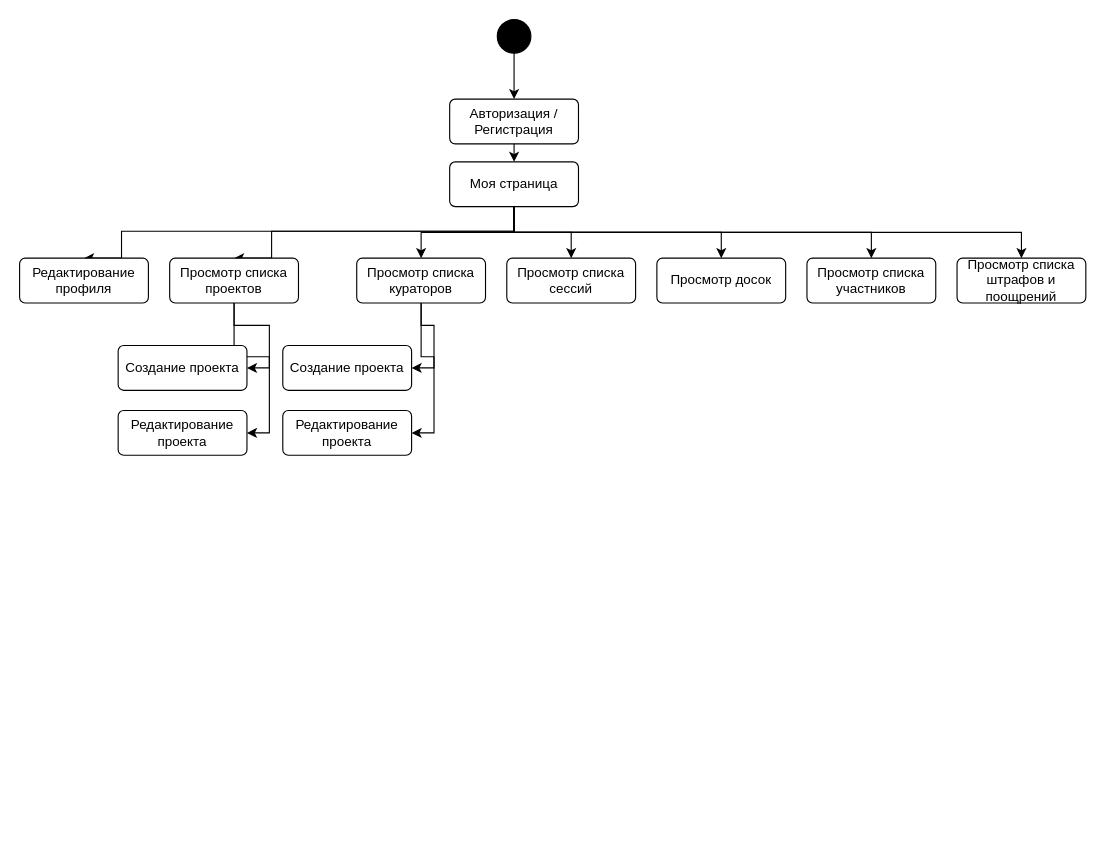
AvipoStar/EOIS-FRONT keeps this draw.io diagram as Диаграмма активности.drawio. Above is the earlier version. Source tidied: cells renumbered, new cells numbered last; positions are measured from the earlier drawing's top-left corner, leaving out a move shared by most shapes. Both pictures are drawn from the tidied source at 112%, with x=0, y=0 at pixel (19, 19).
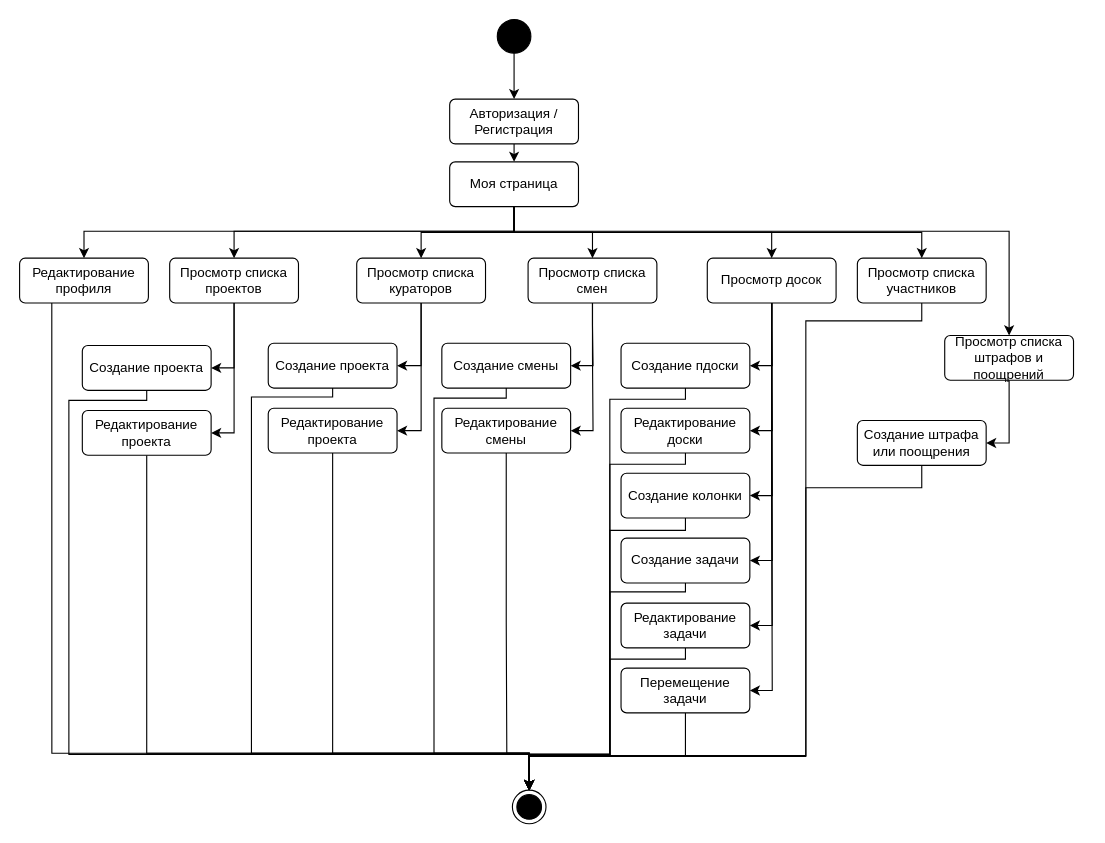
The same diagram, later.

Unchanged cells that the change refers to:
```xml
<mxCell id="13" value="Моя страница" style="html=1;align=center;verticalAlign=middle;rounded=1;absoluteArcSize=1;arcSize=10;dashed=0;whiteSpace=wrap;" parent="1" vertex="1">
  <mxGeometry x="384" y="127" width="115" height="40" as="geometry" />
</mxCell>
```

What changed in the source:
```diff
@@
     <mxCell id="6" style="edgeStyle=orthogonalEdgeStyle;rounded=0;jettySize=auto;html=1;exitX=0.5;exitY=1;exitDx=0;exitDy=0;entryX=0.5;entryY=0;entryDx=0;entryDy=0;" parent="1" edge="1" source="13" target="14">
       <mxGeometry relative="1" as="geometry">
         <Array as="points">
-          <mxPoint x="441" y="189" />
-          <mxPoint x="91" y="189" />
-          <mxPoint x="91" y="213" />
+          <mxPoint x="442" y="189" />
+          <mxPoint x="57" y="189" />
+          <mxPoint x="57" y="213" />
         </Array>
       </mxGeometry>
     </mxCell>
     <mxCell id="7" style="edgeStyle=orthogonalEdgeStyle;rounded=0;jettySize=auto;html=1;exitX=0.5;exitY=1;exitDx=0;exitDy=0;entryX=0.5;entryY=0;entryDx=0;entryDy=0;" parent="1" edge="1" source="13" target="17">
       <mxGeometry relative="1" as="geometry">
         <Array as="points">
-          <mxPoint x="441" y="189" />
-          <mxPoint x="225" y="189" />
-          <mxPoint x="225" y="213" />
+          <mxPoint x="442" y="189" />
+          <mxPoint x="192" y="189" />
+          <mxPoint x="192" y="213" />
         </Array>
       </mxGeometry>
     </mxCell>
@@
     <mxCell id="12" style="edgeStyle=orthogonalEdgeStyle;rounded=0;jettySize=auto;html=1;exitX=0.5;exitY=1;exitDx=0;exitDy=0;entryX=0.5;entryY=0;entryDx=0;entryDy=0;" parent="1" edge="1" source="13" target="24">
-      <mxGeometry relative="1" as="geometry" />
+      <mxGeometry relative="1" as="geometry">
+        <Array as="points">
+          <mxPoint x="442" y="189" />
+          <mxPoint x="884" y="189" />
+        </Array>
+      </mxGeometry>
     </mxCell>
@@
+    <mxCell id="29" style="edgeStyle=orthogonalEdgeStyle;rounded=0;jettySize=auto;html=1;exitX=0.25;exitY=1;exitDx=0;exitDy=0;entryX=0.5;entryY=0;entryDx=0;entryDy=0;" parent="1" edge="1" source="14" target="58">
+      <mxGeometry relative="1" as="geometry">
+        <Array as="points">
+          <mxPoint x="29" y="655" />
+          <mxPoint x="455" y="655" />
+        </Array>
+      </mxGeometry>
+    </mxCell>
-    <mxCell id="14" value="Редактирование профиля" style="html=1;align=center;verticalAlign=middle;rounded=1;absoluteArcSize=1;arcSize=10;dashed=0;whiteSpace=wrap;" parent="1" vertex="1">
+    <mxCell id="14" value="Редактирование профиля" style="html=1;align=center;verticalAlign=middle;rounded=1;absoluteArcSize=1;arcSize=10;dashed=0;whiteSpace=wrap;flipV=1;flipH=0;direction=east;" parent="1" vertex="1">
       <mxGeometry y="213" width="115" height="40" as="geometry" />
     </mxCell>
@@
-    <mxCell id="17" value="Просмотр списка проектов" style="html=1;align=center;verticalAlign=middle;rounded=1;absoluteArcSize=1;arcSize=10;dashed=0;whiteSpace=wrap;" parent="1" vertex="1">
+    <mxCell id="17" value="Просмотр списка проектов" style="html=1;align=center;verticalAlign=middle;rounded=1;absoluteArcSize=1;arcSize=10;dashed=0;whiteSpace=wrap;flipV=1;flipH=0;direction=east;" parent="1" vertex="1">
       <mxGeometry x="134" y="213" width="115" height="40" as="geometry" />
     </mxCell>
@@
-    <mxCell id="20" value="Просмотр списка кураторов" style="html=1;align=center;verticalAlign=middle;rounded=1;absoluteArcSize=1;arcSize=10;dashed=0;whiteSpace=wrap;" parent="1" vertex="1">
+    <mxCell id="20" value="Просмотр списка кураторов" style="html=1;align=center;verticalAlign=middle;rounded=1;absoluteArcSize=1;arcSize=10;dashed=0;whiteSpace=wrap;flipV=1;flipH=0;direction=east;" parent="1" vertex="1">
       <mxGeometry x="301" y="213" width="115" height="40" as="geometry" />
     </mxCell>
+    <mxCell id="30" style="edgeStyle=orthogonalEdgeStyle;rounded=0;jettySize=auto;html=1;exitX=0.5;exitY=1;exitDx=0;exitDy=0;entryX=1;entryY=0.5;entryDx=0;entryDy=0;" parent="1" edge="1" source="21" target="60">
+      <mxGeometry relative="1" as="geometry" />
+    </mxCell>
+    <mxCell id="31" style="edgeStyle=orthogonalEdgeStyle;rounded=0;jettySize=auto;html=1;exitX=0.5;exitY=1;exitDx=0;exitDy=0;entryX=1;entryY=0.5;entryDx=0;entryDy=0;" parent="1" edge="1" source="21" target="62">
+      <mxGeometry relative="1" as="geometry" />
+    </mxCell>
-    <mxCell id="21" value="Просмотр списка сессий" style="html=1;align=center;verticalAlign=middle;rounded=1;absoluteArcSize=1;arcSize=10;dashed=0;whiteSpace=wrap;" parent="1" vertex="1">
-      <mxGeometry x="435" y="213" width="115" height="40" as="geometry" />
+    <mxCell id="21" value="Просмотр списка смен" style="html=1;align=center;verticalAlign=middle;rounded=1;absoluteArcSize=1;arcSize=10;dashed=0;whiteSpace=wrap;flipV=1;flipH=0;direction=east;" parent="1" vertex="1">
+      <mxGeometry x="454" y="213" width="115" height="40" as="geometry" />
     </mxCell>
+    <mxCell id="32" style="edgeStyle=orthogonalEdgeStyle;rounded=0;jettySize=auto;html=1;exitX=0.5;exitY=1;exitDx=0;exitDy=0;entryX=1;entryY=0.5;entryDx=0;entryDy=0;" parent="1" edge="1" source="22" target="45">
+      <mxGeometry relative="1" as="geometry" />
+    </mxCell>
+    <mxCell id="33" style="edgeStyle=orthogonalEdgeStyle;rounded=0;jettySize=auto;html=1;exitX=0.5;exitY=1;exitDx=0;exitDy=0;entryX=1;entryY=0.5;entryDx=0;entryDy=0;" parent="1" edge="1" source="22" target="47">
+      <mxGeometry relative="1" as="geometry" />
+    </mxCell>
+    <mxCell id="34" style="edgeStyle=orthogonalEdgeStyle;rounded=0;jettySize=auto;html=1;exitX=0.5;exitY=1;exitDx=0;exitDy=0;entryX=1;entryY=0.5;entryDx=0;entryDy=0;" parent="1" edge="1" source="22" target="49">
+      <mxGeometry relative="1" as="geometry" />
+    </mxCell>
+    <mxCell id="35" style="edgeStyle=orthogonalEdgeStyle;rounded=0;jettySize=auto;html=1;exitX=0.5;exitY=1;exitDx=0;exitDy=0;entryX=1;entryY=0.5;entryDx=0;entryDy=0;" parent="1" edge="1" source="22" target="51">
+      <mxGeometry relative="1" as="geometry" />
+    </mxCell>
+    <mxCell id="36" style="edgeStyle=orthogonalEdgeStyle;rounded=0;jettySize=auto;html=1;exitX=0.5;exitY=1;exitDx=0;exitDy=0;entryX=1;entryY=0.5;entryDx=0;entryDy=0;" parent="1" edge="1" source="22" target="53">
+      <mxGeometry relative="1" as="geometry" />
+    </mxCell>
+    <mxCell id="37" style="edgeStyle=orthogonalEdgeStyle;rounded=0;jettySize=auto;html=1;exitX=0.5;exitY=1;exitDx=0;exitDy=0;entryX=1;entryY=0.5;entryDx=0;entryDy=0;" parent="1" edge="1" source="22" target="55">
+      <mxGeometry relative="1" as="geometry" />
+    </mxCell>
-    <mxCell id="22" value="Просмотр досок" style="html=1;align=center;verticalAlign=middle;rounded=1;absoluteArcSize=1;arcSize=10;dashed=0;whiteSpace=wrap;" parent="1" vertex="1">
-      <mxGeometry x="569" y="213" width="115" height="40" as="geometry" />
+    <mxCell id="22" value="Просмотр досок" style="html=1;align=center;verticalAlign=middle;rounded=1;absoluteArcSize=1;arcSize=10;dashed=0;whiteSpace=wrap;flipV=1;flipH=0;direction=east;" parent="1" vertex="1">
+      <mxGeometry x="614" y="213" width="115" height="40" as="geometry" />
     </mxCell>
+    <mxCell id="38" style="edgeStyle=orthogonalEdgeStyle;rounded=0;jettySize=auto;html=1;exitX=0.5;exitY=1;exitDx=0;exitDy=0;entryX=0.5;entryY=0;entryDx=0;entryDy=0;" parent="1" edge="1" source="23" target="58">
+      <mxGeometry relative="1" as="geometry">
+        <Array as="points">
+          <mxPoint x="806" y="269" />
+          <mxPoint x="702" y="269" />
+          <mxPoint x="702" y="657" />
+          <mxPoint x="455" y="657" />
+        </Array>
+      </mxGeometry>
+    </mxCell>
-    <mxCell id="23" value="Просмотр списка участников" style="html=1;align=center;verticalAlign=middle;rounded=1;absoluteArcSize=1;arcSize=10;dashed=0;whiteSpace=wrap;" parent="1" vertex="1">
-      <mxGeometry x="703" y="213" width="115" height="40" as="geometry" />
+    <mxCell id="23" value="Просмотр списка участников" style="html=1;align=center;verticalAlign=middle;rounded=1;absoluteArcSize=1;arcSize=10;dashed=0;whiteSpace=wrap;flipV=1;flipH=0;direction=east;" parent="1" vertex="1">
+      <mxGeometry x="748" y="213" width="115" height="40" as="geometry" />
     </mxCell>
+    <mxCell id="39" style="edgeStyle=orthogonalEdgeStyle;rounded=0;jettySize=auto;html=1;entryX=1;entryY=0.5;entryDx=0;entryDy=0;" parent="1" edge="1" source="24" target="57">
+      <mxGeometry relative="1" as="geometry" />
+    </mxCell>
-    <mxCell id="24" value="Просмотр списка штрафов и поощрений" style="html=1;align=center;verticalAlign=middle;rounded=1;absoluteArcSize=1;arcSize=10;dashed=0;whiteSpace=wrap;" parent="1" vertex="1">
-      <mxGeometry x="837" y="213" width="115" height="40" as="geometry" />
+    <mxCell id="24" value="Просмотр списка штрафов и поощрений" style="html=1;align=center;verticalAlign=middle;rounded=1;absoluteArcSize=1;arcSize=10;dashed=0;whiteSpace=wrap;flipV=1;flipH=0;direction=east;" parent="1" vertex="1">
+      <mxGeometry x="826" y="282" width="115" height="40" as="geometry" />
     </mxCell>
+    <mxCell id="40" style="edgeStyle=orthogonalEdgeStyle;rounded=0;jettySize=auto;html=1;entryX=0.5;entryY=0;entryDx=0;entryDy=0;exitX=0.5;exitY=1;exitDx=0;exitDy=0;" parent="1" edge="1" source="25" target="58">
+      <mxGeometry relative="1" as="geometry">
+        <Array as="points">
+          <mxPoint x="114" y="340" />
+          <mxPoint x="44" y="340" />
+          <mxPoint x="44" y="656" />
+          <mxPoint x="455" y="656" />
+        </Array>
+      </mxGeometry>
+    </mxCell>
     <mxCell id="25" value="Создание проекта" style="html=1;align=center;verticalAlign=middle;rounded=1;absoluteArcSize=1;arcSize=10;dashed=0;whiteSpace=wrap;" parent="1" vertex="1">
-      <mxGeometry x="88" y="291" width="115" height="40" as="geometry" />
+      <mxGeometry x="56" y="291" width="115" height="40" as="geometry" />
     </mxCell>
+    <mxCell id="41" style="edgeStyle=orthogonalEdgeStyle;rounded=0;jettySize=auto;html=1;exitX=0.5;exitY=1;exitDx=0;exitDy=0;entryX=0.5;entryY=0;entryDx=0;entryDy=0;" parent="1" edge="1" source="26" target="58">
+      <mxGeometry relative="1" as="geometry">
+        <Array as="points">
+          <mxPoint x="113" y="655" />
+          <mxPoint x="455" y="655" />
+        </Array>
+      </mxGeometry>
+    </mxCell>
     <mxCell id="26" value="Редактирование проекта" style="html=1;align=center;verticalAlign=middle;rounded=1;absoluteArcSize=1;arcSize=10;dashed=0;whiteSpace=wrap;" parent="1" vertex="1">
-      <mxGeometry x="88" y="349" width="115" height="40" as="geometry" />
+      <mxGeometry x="56" y="349" width="115" height="40" as="geometry" />
     </mxCell>
+    <mxCell id="42" style="edgeStyle=orthogonalEdgeStyle;rounded=0;jettySize=auto;html=1;exitX=0.5;exitY=1;exitDx=0;exitDy=0;entryX=0.5;entryY=0;entryDx=0;entryDy=0;" parent="1" edge="1" source="27" target="58">
+      <mxGeometry relative="1" as="geometry">
+        <Array as="points">
+          <mxPoint x="280" y="337" />
+          <mxPoint x="207" y="337" />
+          <mxPoint x="207" y="655" />
+          <mxPoint x="455" y="655" />
+        </Array>
+      </mxGeometry>
+    </mxCell>
     <mxCell id="27" value="Создание проекта" style="html=1;align=center;verticalAlign=middle;rounded=1;absoluteArcSize=1;arcSize=10;dashed=0;whiteSpace=wrap;" parent="1" vertex="1">
-      <mxGeometry x="235" y="291" width="115" height="40" as="geometry" />
+      <mxGeometry x="222" y="289" width="115" height="40" as="geometry" />
     </mxCell>
+    <mxCell id="43" style="edgeStyle=orthogonalEdgeStyle;rounded=0;jettySize=auto;html=1;exitX=0.5;exitY=1;exitDx=0;exitDy=0;entryX=0.5;entryY=0;entryDx=0;entryDy=0;" parent="1" edge="1" source="28" target="58">
+      <mxGeometry relative="1" as="geometry">
+        <Array as="points">
+          <mxPoint x="279" y="655" />
+          <mxPoint x="455" y="655" />
+        </Array>
+      </mxGeometry>
+    </mxCell>
     <mxCell id="28" value="Редактирование проекта" style="html=1;align=center;verticalAlign=middle;rounded=1;absoluteArcSize=1;arcSize=10;dashed=0;whiteSpace=wrap;" parent="1" vertex="1">
-      <mxGeometry x="235" y="349" width="115" height="40" as="geometry" />
+      <mxGeometry x="222" y="347" width="115" height="40" as="geometry" />
     </mxCell>
+    <mxCell id="44" style="edgeStyle=orthogonalEdgeStyle;rounded=0;jettySize=auto;html=1;exitX=0.5;exitY=1;exitDx=0;exitDy=0;entryX=0.5;entryY=0;entryDx=0;entryDy=0;" parent="1" edge="1" source="45" target="58">
+      <mxGeometry relative="1" as="geometry">
+        <Array as="points">
+          <mxPoint x="595" y="339" />
+          <mxPoint x="527" y="339" />
+          <mxPoint x="527" y="657" />
+          <mxPoint x="455" y="657" />
+        </Array>
+      </mxGeometry>
+    </mxCell>
+    <mxCell id="45" value="Создание пдоски" style="html=1;align=center;verticalAlign=middle;rounded=1;absoluteArcSize=1;arcSize=10;dashed=0;whiteSpace=wrap;" parent="1" vertex="1">
+      <mxGeometry x="537" y="289" width="115" height="40" as="geometry" />
+    </mxCell>
+    <mxCell id="46" style="edgeStyle=orthogonalEdgeStyle;rounded=0;jettySize=auto;html=1;exitX=0.5;exitY=1;exitDx=0;exitDy=0;entryX=0.5;entryY=0;entryDx=0;entryDy=0;" parent="1" edge="1" source="47" target="58">
+      <mxGeometry relative="1" as="geometry">
+        <Array as="points">
+          <mxPoint x="595" y="397" />
+          <mxPoint x="527" y="397" />
+          <mxPoint x="527" y="656" />
+          <mxPoint x="455" y="656" />
+        </Array>
+      </mxGeometry>
+    </mxCell>
+    <mxCell id="47" value="Редактирование доски" style="html=1;align=center;verticalAlign=middle;rounded=1;absoluteArcSize=1;arcSize=10;dashed=0;whiteSpace=wrap;" parent="1" vertex="1">
+      <mxGeometry x="537" y="347" width="115" height="40" as="geometry" />
+    </mxCell>
+    <mxCell id="48" style="edgeStyle=orthogonalEdgeStyle;rounded=0;jettySize=auto;html=1;exitX=0.5;exitY=1;exitDx=0;exitDy=0;" parent="1" edge="1" source="49" target="58">
+      <mxGeometry relative="1" as="geometry">
+        <Array as="points">
+          <mxPoint x="595" y="456" />
+          <mxPoint x="527" y="456" />
+          <mxPoint x="527" y="657" />
+          <mxPoint x="455" y="657" />
+        </Array>
+      </mxGeometry>
+    </mxCell>
+    <mxCell id="49" value="Создание колонки" style="html=1;align=center;verticalAlign=middle;rounded=1;absoluteArcSize=1;arcSize=10;dashed=0;whiteSpace=wrap;" parent="1" vertex="1">
+      <mxGeometry x="537" y="405" width="115" height="40" as="geometry" />
+    </mxCell>
+    <mxCell id="50" style="edgeStyle=orthogonalEdgeStyle;rounded=0;jettySize=auto;html=1;exitX=0.5;exitY=1;exitDx=0;exitDy=0;" parent="1" edge="1" source="51" target="58">
+      <mxGeometry relative="1" as="geometry">
+        <Array as="points">
+          <mxPoint x="595" y="511" />
+          <mxPoint x="527" y="511" />
+          <mxPoint x="527" y="656" />
+          <mxPoint x="455" y="656" />
+        </Array>
+      </mxGeometry>
+    </mxCell>
+    <mxCell id="51" value="Создание задачи" style="html=1;align=center;verticalAlign=middle;rounded=1;absoluteArcSize=1;arcSize=10;dashed=0;whiteSpace=wrap;" parent="1" vertex="1">
+      <mxGeometry x="537" y="463" width="115" height="40" as="geometry" />
+    </mxCell>
+    <mxCell id="52" style="edgeStyle=orthogonalEdgeStyle;rounded=0;jettySize=auto;html=1;exitX=0.5;exitY=1;exitDx=0;exitDy=0;" parent="1" edge="1" source="53" target="58">
+      <mxGeometry relative="1" as="geometry">
+        <Array as="points">
+          <mxPoint x="595" y="571" />
+          <mxPoint x="527" y="571" />
+          <mxPoint x="527" y="656" />
+          <mxPoint x="455" y="656" />
+        </Array>
+      </mxGeometry>
+    </mxCell>
+    <mxCell id="53" value="Редактирование задачи" style="html=1;align=center;verticalAlign=middle;rounded=1;absoluteArcSize=1;arcSize=10;dashed=0;whiteSpace=wrap;" parent="1" vertex="1">
+      <mxGeometry x="537" y="521" width="115" height="40" as="geometry" />
+    </mxCell>
+    <mxCell id="54" style="edgeStyle=orthogonalEdgeStyle;rounded=0;jettySize=auto;html=1;exitX=0.5;exitY=1;exitDx=0;exitDy=0;" parent="1" edge="1" source="55" target="58">
+      <mxGeometry relative="1" as="geometry">
+        <Array as="points">
+          <mxPoint x="595" y="657" />
+          <mxPoint x="455" y="657" />
+        </Array>
+      </mxGeometry>
+    </mxCell>
+    <mxCell id="55" value="Перемещение задачи" style="html=1;align=center;verticalAlign=middle;rounded=1;absoluteArcSize=1;arcSize=10;dashed=0;whiteSpace=wrap;" parent="1" vertex="1">
+      <mxGeometry x="537" y="579" width="115" height="40" as="geometry" />
+    </mxCell>
+    <mxCell id="56" style="edgeStyle=orthogonalEdgeStyle;rounded=0;jettySize=auto;html=1;entryX=0.5;entryY=0;entryDx=0;entryDy=0;exitX=0.5;exitY=1;exitDx=0;exitDy=0;" parent="1" edge="1" source="57" target="58">
+      <mxGeometry relative="1" as="geometry">
+        <Array as="points">
+          <mxPoint x="805" y="418" />
+          <mxPoint x="702" y="418" />
+          <mxPoint x="702" y="658" />
+          <mxPoint x="455" y="658" />
+        </Array>
+      </mxGeometry>
+    </mxCell>
+    <mxCell id="57" value="Создание штрафа или поощрения" style="html=1;align=center;verticalAlign=middle;rounded=1;absoluteArcSize=1;arcSize=10;dashed=0;whiteSpace=wrap;" parent="1" vertex="1">
+      <mxGeometry x="748" y="358" width="115" height="40" as="geometry" />
+    </mxCell>
+    <mxCell id="58" style="ellipse;html=1;shape=endState;fillColor=strokeColor;" parent="1" vertex="1">
+      <mxGeometry x="440" y="688" width="30" height="30" as="geometry" />
+    </mxCell>
+    <mxCell id="59" style="edgeStyle=orthogonalEdgeStyle;rounded=0;jettySize=auto;html=1;exitX=0.5;exitY=1;exitDx=0;exitDy=0;entryX=0.5;entryY=0;entryDx=0;entryDy=0;" parent="1" edge="1" source="60" target="58">
+      <mxGeometry relative="1" as="geometry">
+        <Array as="points">
+          <mxPoint x="435" y="338" />
+          <mxPoint x="370" y="338" />
+          <mxPoint x="370" y="655" />
+          <mxPoint x="455" y="655" />
+        </Array>
+      </mxGeometry>
+    </mxCell>
+    <mxCell id="60" value="Создание смены" style="html=1;align=center;verticalAlign=middle;rounded=1;absoluteArcSize=1;arcSize=10;dashed=0;whiteSpace=wrap;" parent="1" vertex="1">
+      <mxGeometry x="377" y="289" width="115" height="40" as="geometry" />
+    </mxCell>
+    <mxCell id="61" style="edgeStyle=orthogonalEdgeStyle;rounded=0;jettySize=auto;html=1;exitX=0.5;exitY=1;exitDx=0;exitDy=0;entryX=0.5;entryY=0;entryDx=0;entryDy=0;" parent="1" edge="1" source="62" target="58">
+      <mxGeometry relative="1" as="geometry">
+        <Array as="points">
+          <mxPoint x="435" y="538" />
+          <mxPoint x="435" y="538" />
+          <mxPoint x="435" y="655" />
+          <mxPoint x="455" y="655" />
+        </Array>
+      </mxGeometry>
+    </mxCell>
+    <mxCell id="62" value="Редактирование смены" style="html=1;align=center;verticalAlign=middle;rounded=1;absoluteArcSize=1;arcSize=10;dashed=0;whiteSpace=wrap;" parent="1" vertex="1">
+      <mxGeometry x="377" y="347" width="115" height="40" as="geometry" />
+    </mxCell>
```
